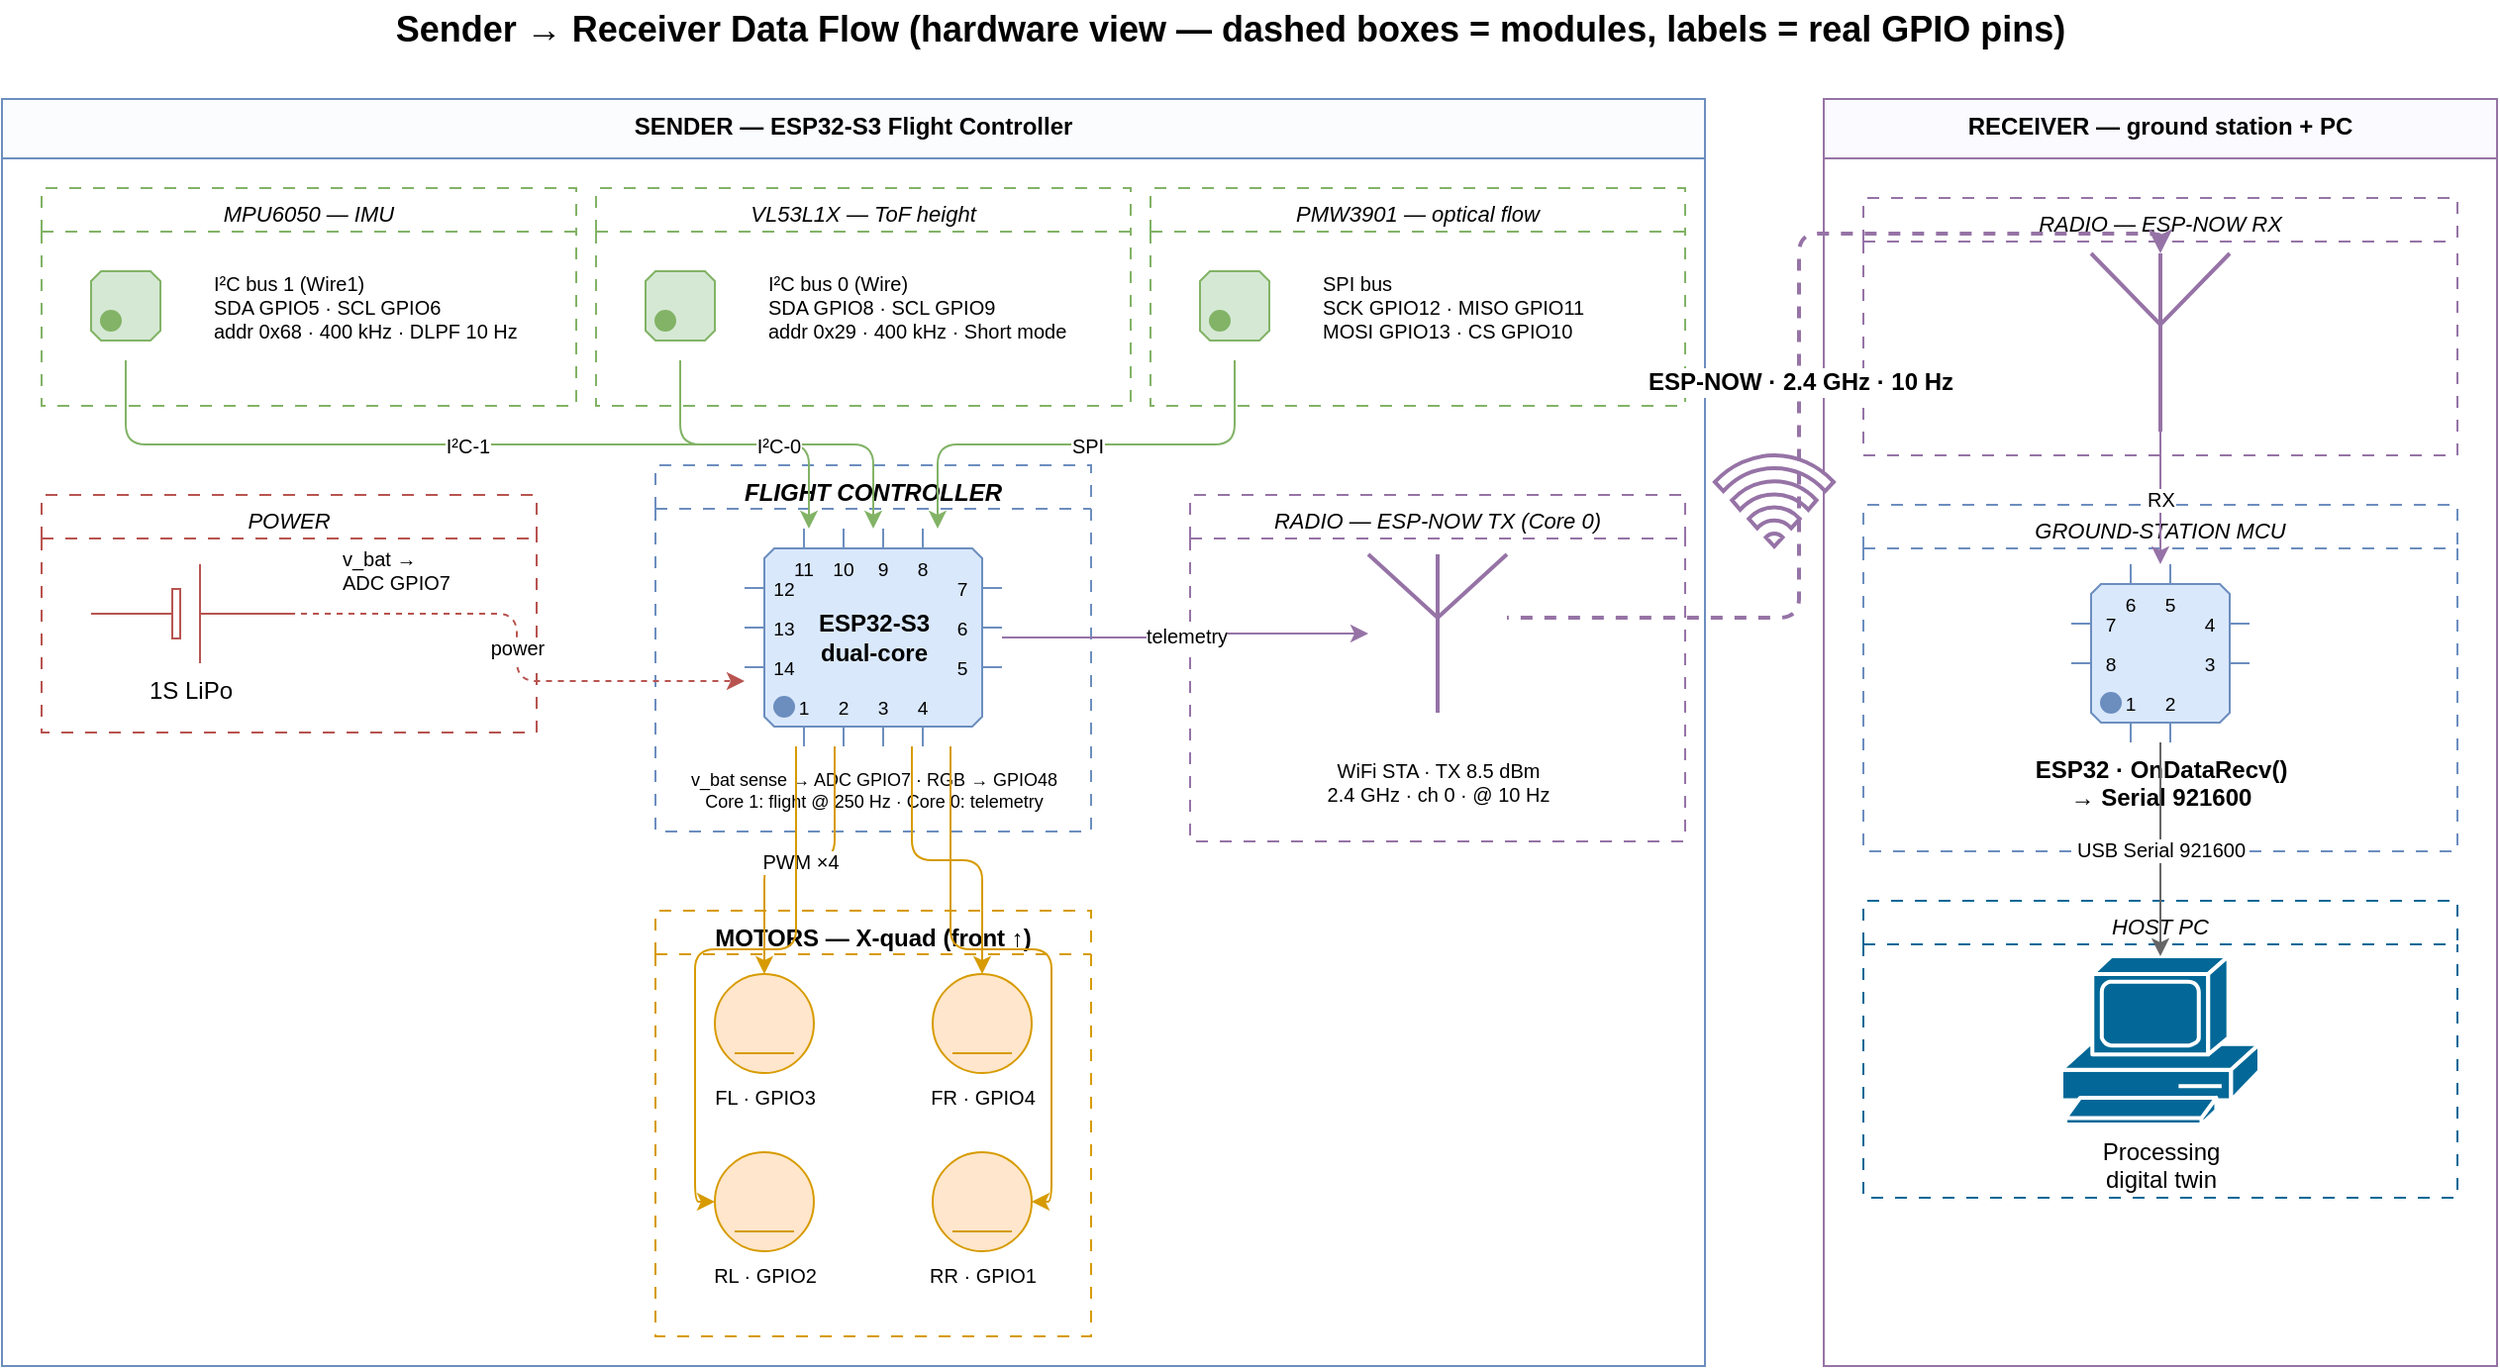
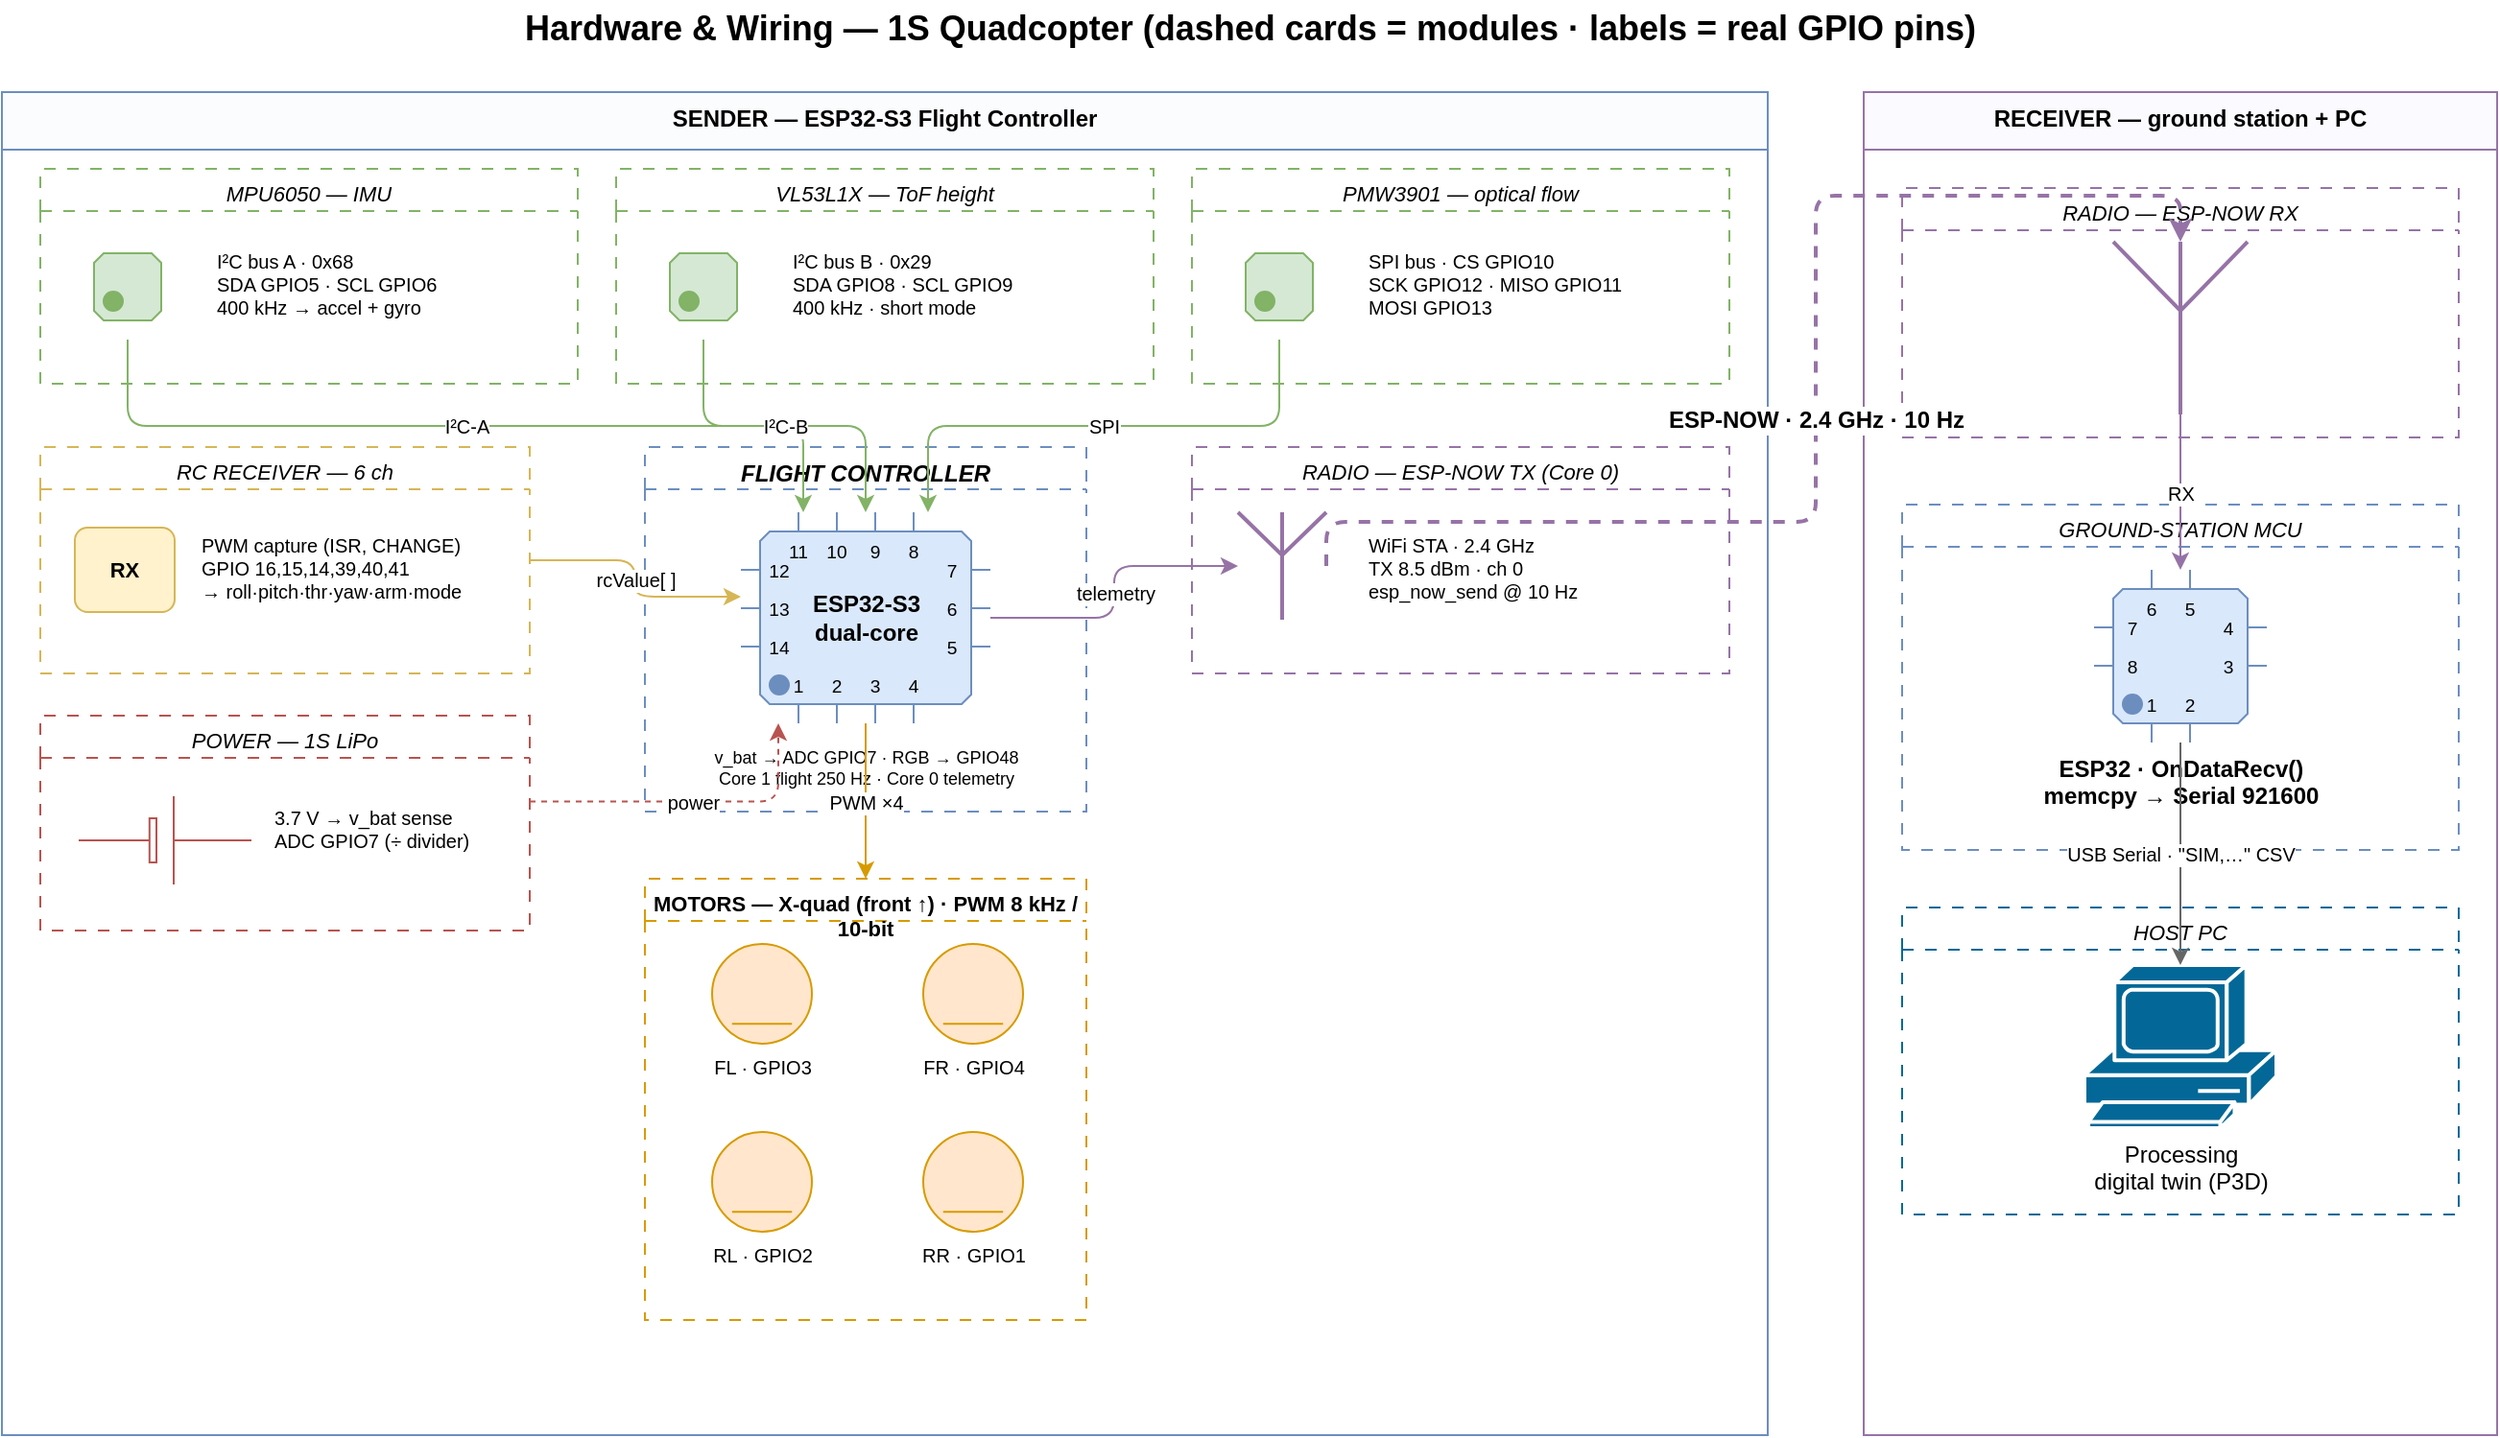
<?xml version="1.0" encoding="UTF-8"?>
<mxfile host="drawio" version="26.0.0">
-   <diagram name="Sender-Receiver-Styled">
+   <diagram name="Sender-Receiver-Hardware">
    <mxGraphModel dx="1400" dy="820" grid="1" gridSize="10" guides="1" tooltips="1" connect="1" arrows="1" fold="1" page="1" pageScale="1" math="0" shadow="0">
      <root>
        <mxCell id="0" />
        <mxCell id="1" parent="0" />

-         <mxCell id="ttl" value="Sender &#8594; Receiver Data Flow (hardware view — dashed boxes = modules, labels = real GPIO pins)" style="text;html=1;align=center;verticalAlign=middle;fontStyle=1;fontSize=18;" vertex="1" parent="1">
-           <mxGeometry x="40" y="20" width="1240" height="30" as="geometry" />
+         <mxCell id="ttl" value="Hardware &amp; Wiring — 1S Quadcopter (dashed cards = modules · labels = real GPIO pins)" style="text;html=1;align=center;verticalAlign=middle;fontStyle=1;fontSize=18;" vertex="1" parent="1">
+           <mxGeometry x="40" y="18" width="1300" height="30" as="geometry" />
        </mxCell>

        <!-- ===================== SENDER ===================== -->
        <mxCell id="sBox" value="SENDER — ESP32-S3 Flight Controller" style="swimlane;startSize=30;html=1;whiteSpace=wrap;fillColor=#fbfcfe;strokeColor=#6c8ebf;fontStyle=1;verticalAlign=top;" vertex="1" parent="1">
-           <mxGeometry x="40" y="70" width="860" height="640" as="geometry" />
+           <mxGeometry x="40" y="66" width="920" height="700" as="geometry" />
        </mxCell>

-         <!-- sensor module cards (top row) -->
+         <!-- sensor cards (top row) -->
        <mxCell id="cardIMU" value="MPU6050 — IMU" style="swimlane;startSize=22;html=1;whiteSpace=wrap;fillColor=none;strokeColor=#82b366;dashed=1;dashPattern=6 6;fontSize=11;fontStyle=2;verticalAlign=top;align=center;" vertex="1" parent="sBox">
-           <mxGeometry x="20" y="45" width="270" height="110" as="geometry" />
+           <mxGeometry x="20" y="40" width="280" height="112" as="geometry" />
        </mxCell>
        <mxCell id="sMpu" value="" style="shadow=0;dashed=0;align=center;html=1;strokeWidth=1;shape=mxgraph.electrical.logic_gates.qfp_ic;fillColor=#d5e8d4;strokeColor=#82b366;" vertex="1" parent="cardIMU">
-           <mxGeometry x="15" y="32" width="55" height="55" as="geometry" />
+           <mxGeometry x="18" y="34" width="55" height="55" as="geometry" />
        </mxCell>
-         <mxCell id="pinIMU" value="I&#178;C bus 1 (Wire1)&#xa;SDA GPIO5 &#183; SCL GPIO6&#xa;addr 0x68 &#183; 400 kHz &#183; DLPF 10 Hz" style="text;html=1;align=left;verticalAlign=middle;fontSize=10;" vertex="1" parent="cardIMU">
-           <mxGeometry x="85" y="30" width="180" height="60" as="geometry" />
+         <mxCell id="pinIMU" value="I²C bus A · 0x68&#xa;SDA GPIO5 · SCL GPIO6&#xa;400 kHz → accel + gyro" style="text;html=1;align=left;verticalAlign=middle;fontSize=10;" vertex="1" parent="cardIMU">
+           <mxGeometry x="90" y="30" width="185" height="60" as="geometry" />
        </mxCell>

        <mxCell id="cardToF" value="VL53L1X — ToF height" style="swimlane;startSize=22;html=1;whiteSpace=wrap;fillColor=none;strokeColor=#82b366;dashed=1;dashPattern=6 6;fontSize=11;fontStyle=2;verticalAlign=top;align=center;" vertex="1" parent="sBox">
-           <mxGeometry x="300" y="45" width="270" height="110" as="geometry" />
+           <mxGeometry x="320" y="40" width="280" height="112" as="geometry" />
        </mxCell>
        <mxCell id="sVl" value="" style="shadow=0;dashed=0;align=center;html=1;strokeWidth=1;shape=mxgraph.electrical.logic_gates.qfp_ic;fillColor=#d5e8d4;strokeColor=#82b366;" vertex="1" parent="cardToF">
-           <mxGeometry x="15" y="32" width="55" height="55" as="geometry" />
+           <mxGeometry x="18" y="34" width="55" height="55" as="geometry" />
        </mxCell>
-         <mxCell id="pinToF" value="I&#178;C bus 0 (Wire)&#xa;SDA GPIO8 &#183; SCL GPIO9&#xa;addr 0x29 &#183; 400 kHz &#183; Short mode" style="text;html=1;align=left;verticalAlign=middle;fontSize=10;" vertex="1" parent="cardToF">
-           <mxGeometry x="85" y="30" width="180" height="60" as="geometry" />
+         <mxCell id="pinToF" value="I²C bus B · 0x29&#xa;SDA GPIO8 · SCL GPIO9&#xa;400 kHz · short mode" style="text;html=1;align=left;verticalAlign=middle;fontSize=10;" vertex="1" parent="cardToF">
+           <mxGeometry x="90" y="30" width="185" height="60" as="geometry" />
        </mxCell>

        <mxCell id="cardFlow" value="PMW3901 — optical flow" style="swimlane;startSize=22;html=1;whiteSpace=wrap;fillColor=none;strokeColor=#82b366;dashed=1;dashPattern=6 6;fontSize=11;fontStyle=2;verticalAlign=top;align=center;" vertex="1" parent="sBox">
-           <mxGeometry x="580" y="45" width="270" height="110" as="geometry" />
+           <mxGeometry x="620" y="40" width="280" height="112" as="geometry" />
        </mxCell>
        <mxCell id="sPmw" value="" style="shadow=0;dashed=0;align=center;html=1;strokeWidth=1;shape=mxgraph.electrical.logic_gates.qfp_ic;fillColor=#d5e8d4;strokeColor=#82b366;" vertex="1" parent="cardFlow">
-           <mxGeometry x="15" y="32" width="55" height="55" as="geometry" />
+           <mxGeometry x="18" y="34" width="55" height="55" as="geometry" />
        </mxCell>
-         <mxCell id="pinFlow" value="SPI bus&#xa;SCK GPIO12 &#183; MISO GPIO11&#xa;MOSI GPIO13 &#183; CS GPIO10" style="text;html=1;align=left;verticalAlign=middle;fontSize=10;" vertex="1" parent="cardFlow">
-           <mxGeometry x="85" y="30" width="180" height="60" as="geometry" />
+         <mxCell id="pinFlow" value="SPI bus · CS GPIO10&#xa;SCK GPIO12 · MISO GPIO11&#xa;MOSI GPIO13" style="text;html=1;align=left;verticalAlign=middle;fontSize=10;" vertex="1" parent="cardFlow">
+           <mxGeometry x="90" y="30" width="185" height="60" as="geometry" />
        </mxCell>

-         <!-- flight controller card (center) -->
+         <!-- RC receiver (left, NEW) -->
+         <mxCell id="cardRC" value="RC RECEIVER — 6 ch" style="swimlane;startSize=22;html=1;whiteSpace=wrap;fillColor=none;strokeColor=#d6b656;dashed=1;dashPattern=6 6;fontSize=11;fontStyle=2;verticalAlign=top;align=center;" vertex="1" parent="sBox">
+           <mxGeometry x="20" y="185" width="255" height="118" as="geometry" />
+         </mxCell>
+         <mxCell id="sRc" value="RX" style="rounded=1;whiteSpace=wrap;html=1;fillColor=#fff2cc;strokeColor=#d6b656;fontSize=11;fontStyle=1;" vertex="1" parent="cardRC">
+           <mxGeometry x="18" y="42" width="52" height="44" as="geometry" />
+         </mxCell>
+         <mxCell id="pinRC" value="PWM capture (ISR, CHANGE)&#xa;GPIO 16,15,14,39,40,41&#xa;→ roll·pitch·thr·yaw·arm·mode" style="text;html=1;align=left;verticalAlign=middle;fontSize=10;" vertex="1" parent="cardRC">
+           <mxGeometry x="82" y="32" width="168" height="62" as="geometry" />
+         </mxCell>
+ 
+         <!-- flight controller (center) -->
        <mxCell id="cardFC" value="FLIGHT CONTROLLER" style="swimlane;startSize=22;html=1;whiteSpace=wrap;fillColor=none;strokeColor=#6c8ebf;dashed=1;dashPattern=6 6;fontSize=12;fontStyle=3;verticalAlign=top;align=center;" vertex="1" parent="sBox">
-           <mxGeometry x="330" y="185" width="220" height="185" as="geometry" />
+           <mxGeometry x="335" y="185" width="230" height="190" as="geometry" />
        </mxCell>
        <mxCell id="sMcu" value="ESP32-S3&#xa;dual-core" style="shadow=0;dashed=0;align=center;html=1;strokeWidth=1;shape=mxgraph.electrical.logic_gates.qfp_ic;fillColor=#dae8fc;strokeColor=#6c8ebf;fontStyle=1;" vertex="1" parent="cardFC">
-           <mxGeometry x="45" y="32" width="130" height="110" as="geometry" />
+           <mxGeometry x="50" y="34" width="130" height="110" as="geometry" />
        </mxCell>
-         <mxCell id="pinFC" value="v_bat sense &#8594; ADC GPIO7 &#183; RGB &#8594; GPIO48&#xa;Core 1: flight @ 250 Hz &#183; Core 0: telemetry" style="text;html=1;align=center;verticalAlign=middle;fontSize=9;" vertex="1" parent="cardFC">
-           <mxGeometry x="10" y="148" width="200" height="32" as="geometry" />
+         <mxCell id="pinFC" value="v_bat → ADC GPIO7 · RGB → GPIO48&#xa;Core 1 flight 250 Hz · Core 0 telemetry" style="text;html=1;align=center;verticalAlign=middle;fontSize=9;" vertex="1" parent="cardFC">
+           <mxGeometry x="10" y="150" width="210" height="34" as="geometry" />
        </mxCell>

-         <!-- power card (left) -->
-         <mxCell id="cardPwr" value="POWER" style="swimlane;startSize=22;html=1;whiteSpace=wrap;fillColor=none;strokeColor=#b85450;dashed=1;dashPattern=6 6;fontSize=11;fontStyle=2;verticalAlign=top;align=center;" vertex="1" parent="sBox">
-           <mxGeometry x="20" y="200" width="250" height="120" as="geometry" />
+         <!-- power (left-bottom) -->
+         <mxCell id="cardPwr" value="POWER — 1S LiPo" style="swimlane;startSize=22;html=1;whiteSpace=wrap;fillColor=none;strokeColor=#b85450;dashed=1;dashPattern=6 6;fontSize=11;fontStyle=2;verticalAlign=top;align=center;" vertex="1" parent="sBox">
+           <mxGeometry x="20" y="325" width="255" height="112" as="geometry" />
        </mxCell>
-         <mxCell id="sBat" value="1S LiPo" style="verticalLabelPosition=bottom;shadow=0;dashed=0;align=center;html=1;verticalAlign=top;strokeWidth=1;shape=mxgraph.electrical.miscellaneous.monocell_battery;strokeColor=#b85450;" vertex="1" parent="cardPwr">
-           <mxGeometry x="25" y="35" width="100" height="50" as="geometry" />
+         <mxCell id="sBat" value="" style="verticalLabelPosition=bottom;shadow=0;dashed=0;align=center;html=1;verticalAlign=top;strokeWidth=1;shape=mxgraph.electrical.miscellaneous.monocell_battery;strokeColor=#b85450;" vertex="1" parent="cardPwr">
+           <mxGeometry x="20" y="42" width="90" height="46" as="geometry" />
        </mxCell>
-         <mxCell id="pinPwr" value="v_bat &#8594;&#xa;ADC GPIO7" style="text;html=1;align=left;verticalAlign=middle;fontSize=10;" vertex="1" parent="cardPwr">
-           <mxGeometry x="150" y="18" width="90" height="40" as="geometry" />
+         <mxCell id="pinPwr" value="3.7 V → v_bat sense&#xa;ADC GPIO7 (÷ divider)" style="text;html=1;align=left;verticalAlign=middle;fontSize=10;" vertex="1" parent="cardPwr">
+           <mxGeometry x="120" y="34" width="130" height="50" as="geometry" />
        </mxCell>

-         <!-- radio card (right) -->
+         <!-- radio TX (right) -->
        <mxCell id="cardRadioTx" value="RADIO — ESP-NOW TX (Core 0)" style="swimlane;startSize=22;html=1;whiteSpace=wrap;fillColor=none;strokeColor=#9673a6;dashed=1;dashPattern=6 6;fontSize=11;fontStyle=2;verticalAlign=top;align=center;" vertex="1" parent="sBox">
-           <mxGeometry x="600" y="200" width="250" height="175" as="geometry" />
+           <mxGeometry x="620" y="185" width="280" height="118" as="geometry" />
        </mxCell>
        <mxCell id="sAnt" value="" style="verticalLabelPosition=bottom;shadow=0;dashed=0;align=center;html=1;verticalAlign=top;shape=mxgraph.electrical.radio.aerial_-_antenna_1;strokeColor=#9673a6;strokeWidth=2;" vertex="1" parent="cardRadioTx">
-           <mxGeometry x="90" y="30" width="70" height="80" as="geometry" />
+           <mxGeometry x="24" y="34" width="46" height="56" as="geometry" />
        </mxCell>
-         <mxCell id="pinTx" value="WiFi STA &#183; TX 8.5 dBm&#xa;2.4 GHz &#183; ch 0 &#183; @ 10 Hz" style="text;html=1;align=center;verticalAlign=middle;fontSize=10;" vertex="1" parent="cardRadioTx">
-           <mxGeometry x="15" y="125" width="220" height="40" as="geometry" />
+         <mxCell id="pinTx" value="WiFi STA · 2.4 GHz&#xa;TX 8.5 dBm · ch 0&#xa;esp_now_send @ 10 Hz" style="text;html=1;align=left;verticalAlign=middle;fontSize=10;" vertex="1" parent="cardRadioTx">
+           <mxGeometry x="90" y="32" width="180" height="62" as="geometry" />
        </mxCell>

-         <!-- motors card (2x2 quad, below FC) -->
-         <mxCell id="cardMotors" value="MOTORS — X-quad (front &#8593;)" style="swimlane;startSize=22;html=1;whiteSpace=wrap;fillColor=none;strokeColor=#d79b00;dashed=1;dashPattern=6 6;fontSize=12;fontStyle=1;verticalAlign=top;align=center;" vertex="1" parent="sBox">
-           <mxGeometry x="330" y="410" width="220" height="215" as="geometry" />
+         <!-- motors (center bottom) -->
+         <mxCell id="cardMotors" value="MOTORS — X-quad (front ↑) · PWM 8 kHz / 10-bit" style="swimlane;startSize=22;html=1;whiteSpace=wrap;fillColor=none;strokeColor=#d79b00;dashed=1;dashPattern=6 6;fontSize=11;fontStyle=1;verticalAlign=top;align=center;" vertex="1" parent="sBox">
+           <mxGeometry x="335" y="410" width="230" height="230" as="geometry" />
        </mxCell>
-         <mxCell id="mFL" value="FL &#183; GPIO3" style="dashed=0;outlineConnect=0;align=center;html=1;shape=mxgraph.pid.engines.electric_motor_(dc);verticalLabelPosition=bottom;verticalAlign=top;strokeColor=#d79b00;fillColor=#ffe6cc;fontSize=10;" vertex="1" parent="cardMotors">
-           <mxGeometry x="30" y="32" width="50" height="50" as="geometry" />
+         <mxCell id="mFL" value="FL · GPIO3" style="dashed=0;outlineConnect=0;align=center;html=1;shape=mxgraph.pid.engines.electric_motor_(dc);verticalLabelPosition=bottom;verticalAlign=top;strokeColor=#d79b00;fillColor=#ffe6cc;fontSize=10;" vertex="1" parent="cardMotors">
+           <mxGeometry x="35" y="34" width="52" height="52" as="geometry" />
        </mxCell>
-         <mxCell id="mFR" value="FR &#183; GPIO4" style="dashed=0;outlineConnect=0;align=center;html=1;shape=mxgraph.pid.engines.electric_motor_(dc);verticalLabelPosition=bottom;verticalAlign=top;strokeColor=#d79b00;fillColor=#ffe6cc;fontSize=10;" vertex="1" parent="cardMotors">
-           <mxGeometry x="140" y="32" width="50" height="50" as="geometry" />
+         <mxCell id="mFR" value="FR · GPIO4" style="dashed=0;outlineConnect=0;align=center;html=1;shape=mxgraph.pid.engines.electric_motor_(dc);verticalLabelPosition=bottom;verticalAlign=top;strokeColor=#d79b00;fillColor=#ffe6cc;fontSize=10;" vertex="1" parent="cardMotors">
+           <mxGeometry x="145" y="34" width="52" height="52" as="geometry" />
        </mxCell>
-         <mxCell id="mRL" value="RL &#183; GPIO2" style="dashed=0;outlineConnect=0;align=center;html=1;shape=mxgraph.pid.engines.electric_motor_(dc);verticalLabelPosition=bottom;verticalAlign=top;strokeColor=#d79b00;fillColor=#ffe6cc;fontSize=10;" vertex="1" parent="cardMotors">
-           <mxGeometry x="30" y="122" width="50" height="50" as="geometry" />
+         <mxCell id="mRL" value="RL · GPIO2" style="dashed=0;outlineConnect=0;align=center;html=1;shape=mxgraph.pid.engines.electric_motor_(dc);verticalLabelPosition=bottom;verticalAlign=top;strokeColor=#d79b00;fillColor=#ffe6cc;fontSize=10;" vertex="1" parent="cardMotors">
+           <mxGeometry x="35" y="132" width="52" height="52" as="geometry" />
        </mxCell>
-         <mxCell id="mRR" value="RR &#183; GPIO1" style="dashed=0;outlineConnect=0;align=center;html=1;shape=mxgraph.pid.engines.electric_motor_(dc);verticalLabelPosition=bottom;verticalAlign=top;strokeColor=#d79b00;fillColor=#ffe6cc;fontSize=10;" vertex="1" parent="cardMotors">
-           <mxGeometry x="140" y="122" width="50" height="50" as="geometry" />
+         <mxCell id="mRR" value="RR · GPIO1" style="dashed=0;outlineConnect=0;align=center;html=1;shape=mxgraph.pid.engines.electric_motor_(dc);verticalLabelPosition=bottom;verticalAlign=top;strokeColor=#d79b00;fillColor=#ffe6cc;fontSize=10;" vertex="1" parent="cardMotors">
+           <mxGeometry x="145" y="132" width="52" height="52" as="geometry" />
        </mxCell>

-         <!-- sensor -> MCU edges -->
-         <mxCell id="e_mpu" value="I&#178;C-1" style="edgeStyle=orthogonalEdgeStyle;rounded=1;html=1;fontSize=10;labelBackgroundColor=#ffffff;strokeColor=#82b366;exitX=0.5;exitY=1;exitDx=0;exitDy=0;entryX=0.25;entryY=0;entryDx=0;entryDy=0;" edge="1" parent="sBox" source="sMpu" target="sMcu"><mxGeometry relative="1" as="geometry" /></mxCell>
-         <mxCell id="e_vl" value="I&#178;C-0" style="edgeStyle=orthogonalEdgeStyle;rounded=1;html=1;fontSize=10;labelBackgroundColor=#ffffff;strokeColor=#82b366;exitX=0.5;exitY=1;exitDx=0;exitDy=0;entryX=0.5;entryY=0;entryDx=0;entryDy=0;" edge="1" parent="sBox" source="sVl" target="sMcu"><mxGeometry relative="1" as="geometry" /></mxCell>
-         <mxCell id="e_pmw" value="SPI" style="edgeStyle=orthogonalEdgeStyle;rounded=1;html=1;fontSize=10;labelBackgroundColor=#ffffff;strokeColor=#82b366;exitX=0.5;exitY=1;exitDx=0;exitDy=0;entryX=0.75;entryY=0;entryDx=0;entryDy=0;" edge="1" parent="sBox" source="sPmw" target="sMcu"><mxGeometry relative="1" as="geometry" /></mxCell>
- 
-         <!-- power -> MCU -->
-         <mxCell id="e_bat" value="power" style="edgeStyle=orthogonalEdgeStyle;rounded=1;html=1;fontSize=10;labelBackgroundColor=#ffffff;dashed=1;strokeColor=#b85450;exitX=1;exitY=0.5;exitDx=0;exitDy=0;entryX=0;entryY=0.7;entryDx=0;entryDy=0;" edge="1" parent="sBox" source="sBat" target="sMcu"><mxGeometry relative="1" as="geometry" /></mxCell>
- 
-         <!-- MCU -> radio -->
-         <mxCell id="e_ant" value="telemetry" style="edgeStyle=orthogonalEdgeStyle;rounded=1;html=1;fontSize=10;labelBackgroundColor=#ffffff;strokeColor=#9673a6;exitX=1;exitY=0.5;exitDx=0;exitDy=0;entryX=0;entryY=0.5;entryDx=0;entryDy=0;" edge="1" parent="sBox" source="sMcu" target="sAnt"><mxGeometry relative="1" as="geometry" /></mxCell>
- 
-         <!-- MCU -> motors (PWM) -->
-         <mxCell id="e_m1" value="PWM &#215;4" style="edgeStyle=orthogonalEdgeStyle;rounded=1;html=1;fontSize=10;labelBackgroundColor=#ffffff;strokeColor=#d79b00;exitX=0.35;exitY=1;exitDx=0;exitDy=0;entryX=0.5;entryY=0;entryDx=0;entryDy=0;" edge="1" parent="sBox" source="sMcu" target="mFL"><mxGeometry relative="1" as="geometry" /></mxCell>
-         <mxCell id="e_m2" style="edgeStyle=orthogonalEdgeStyle;rounded=1;html=1;strokeColor=#d79b00;exitX=0.65;exitY=1;exitDx=0;exitDy=0;entryX=0.5;entryY=0;entryDx=0;entryDy=0;" edge="1" parent="sBox" source="sMcu" target="mFR"><mxGeometry relative="1" as="geometry" /></mxCell>
-         <mxCell id="e_m3" style="edgeStyle=orthogonalEdgeStyle;rounded=1;html=1;strokeColor=#d79b00;exitX=0.2;exitY=1;exitDx=0;exitDy=0;entryX=0;entryY=0.5;entryDx=0;entryDy=0;" edge="1" parent="sBox" source="sMcu" target="mRL"><mxGeometry relative="1" as="geometry" /></mxCell>
-         <mxCell id="e_m4" style="edgeStyle=orthogonalEdgeStyle;rounded=1;html=1;strokeColor=#d79b00;exitX=0.8;exitY=1;exitDx=0;exitDy=0;entryX=1;entryY=0.5;entryDx=0;entryDy=0;" edge="1" parent="sBox" source="sMcu" target="mRR"><mxGeometry relative="1" as="geometry" /></mxCell>
+         <!-- edges -->
+         <mxCell id="e_mpu" value="I²C-A" style="edgeStyle=orthogonalEdgeStyle;rounded=1;html=1;fontSize=10;labelBackgroundColor=#ffffff;strokeColor=#82b366;exitX=0.5;exitY=1;entryX=0.25;entryY=0;" edge="1" parent="sBox" source="sMpu" target="sMcu"><mxGeometry relative="1" as="geometry" /></mxCell>
+         <mxCell id="e_vl" value="I²C-B" style="edgeStyle=orthogonalEdgeStyle;rounded=1;html=1;fontSize=10;labelBackgroundColor=#ffffff;strokeColor=#82b366;exitX=0.5;exitY=1;entryX=0.5;entryY=0;" edge="1" parent="sBox" source="sVl" target="sMcu"><mxGeometry relative="1" as="geometry" /></mxCell>
+         <mxCell id="e_pmw" value="SPI" style="edgeStyle=orthogonalEdgeStyle;rounded=1;html=1;fontSize=10;labelBackgroundColor=#ffffff;strokeColor=#82b366;exitX=0.5;exitY=1;entryX=0.75;entryY=0;" edge="1" parent="sBox" source="sPmw" target="sMcu"><mxGeometry relative="1" as="geometry" /></mxCell>
+         <mxCell id="e_rc" value="rcValue[ ]" style="edgeStyle=orthogonalEdgeStyle;rounded=1;html=1;fontSize=10;labelBackgroundColor=#ffffff;strokeColor=#d6b656;exitX=1;exitY=0.5;entryX=0;entryY=0.4;" edge="1" parent="sBox" source="cardRC" target="sMcu"><mxGeometry relative="1" as="geometry" /></mxCell>
+         <mxCell id="e_bat" value="power" style="edgeStyle=orthogonalEdgeStyle;rounded=1;html=1;fontSize=10;labelBackgroundColor=#ffffff;dashed=1;strokeColor=#b85450;exitX=1;exitY=0.4;entryX=0.15;entryY=1;" edge="1" parent="sBox" source="cardPwr" target="sMcu"><mxGeometry relative="1" as="geometry" /></mxCell>
+         <mxCell id="e_ant" value="telemetry" style="edgeStyle=orthogonalEdgeStyle;rounded=1;html=1;fontSize=10;labelBackgroundColor=#ffffff;strokeColor=#9673a6;exitX=1;exitY=0.5;entryX=0;entryY=0.5;" edge="1" parent="sBox" source="sMcu" target="sAnt"><mxGeometry relative="1" as="geometry" /></mxCell>
+         <mxCell id="e_m1" value="PWM ×4" style="edgeStyle=orthogonalEdgeStyle;rounded=1;html=1;fontSize=10;labelBackgroundColor=#ffffff;strokeColor=#d79b00;exitX=0.5;exitY=1;entryX=0.5;entryY=0;" edge="1" parent="sBox" source="sMcu" target="cardMotors"><mxGeometry relative="1" as="geometry" /></mxCell>

        <!-- ===================== RECEIVER ===================== -->
        <mxCell id="rBox" value="RECEIVER — ground station + PC" style="swimlane;startSize=30;html=1;whiteSpace=wrap;fillColor=#fbfaff;strokeColor=#9673a6;fontStyle=1;verticalAlign=top;" vertex="1" parent="1">
-           <mxGeometry x="960" y="70" width="340" height="640" as="geometry" />
+           <mxGeometry x="1010" y="66" width="330" height="700" as="geometry" />
        </mxCell>
- 
        <mxCell id="cardRxRadio" value="RADIO — ESP-NOW RX" style="swimlane;startSize=22;html=1;whiteSpace=wrap;fillColor=none;strokeColor=#9673a6;dashed=1;dashPattern=6 6;fontSize=11;fontStyle=2;verticalAlign=top;align=center;" vertex="1" parent="rBox">
-           <mxGeometry x="20" y="50" width="300" height="130" as="geometry" />
+           <mxGeometry x="20" y="50" width="290" height="130" as="geometry" />
        </mxCell>
        <mxCell id="rAnt" value="" style="verticalLabelPosition=bottom;shadow=0;dashed=0;align=center;html=1;verticalAlign=top;shape=mxgraph.electrical.radio.aerial_-_antenna_1;strokeColor=#9673a6;strokeWidth=2;" vertex="1" parent="cardRxRadio">
-           <mxGeometry x="115" y="28" width="70" height="90" as="geometry" />
+           <mxGeometry x="110" y="28" width="70" height="90" as="geometry" />
        </mxCell>
+         <mxCell id="cardRxMcu" value="GROUND-STATION MCU" style="swimlane;startSize=22;html=1;whiteSpace=wrap;fillColor=none;strokeColor=#6c8ebf;dashed=1;dashPattern=6 6;fontSize=11;fontStyle=2;verticalAlign=top;align=center;" vertex="1" parent="rBox">
+           <mxGeometry x="20" y="215" width="290" height="180" as="geometry" />
+         </mxCell>
+         <mxCell id="rMcu" value="ESP32 · OnDataRecv()&#xa;memcpy → Serial 921600" style="shadow=0;dashed=0;align=center;html=1;strokeWidth=1;shape=mxgraph.electrical.logic_gates.qfp_ic;fillColor=#dae8fc;strokeColor=#6c8ebf;fontStyle=1;verticalLabelPosition=bottom;verticalAlign=top;" vertex="1" parent="cardRxMcu">
+           <mxGeometry x="100" y="34" width="90" height="90" as="geometry" />
+         </mxCell>
+         <mxCell id="cardPc" value="HOST PC" style="swimlane;startSize=22;html=1;whiteSpace=wrap;fillColor=none;strokeColor=#036897;dashed=1;dashPattern=6 6;fontSize=11;fontStyle=2;verticalAlign=top;align=center;" vertex="1" parent="rBox">
+           <mxGeometry x="20" y="425" width="290" height="160" as="geometry" />
+         </mxCell>
+         <mxCell id="rPc" value="Processing&#xa;digital twin (P3D)" style="sketch=0;html=1;pointerEvents=1;dashed=0;fillColor=#036897;strokeColor=#ffffff;strokeWidth=2;verticalLabelPosition=bottom;verticalAlign=top;align=center;outlineConnect=0;shape=mxgraph.cisco.computers_and_peripherals.pc;" vertex="1" parent="cardPc">
+           <mxGeometry x="95" y="30" width="100" height="85" as="geometry" />
+         </mxCell>
+         <mxCell id="e_rx" value="RX" style="edgeStyle=orthogonalEdgeStyle;rounded=1;html=1;fontSize=10;labelBackgroundColor=#ffffff;strokeColor=#9673a6;exitX=0.5;exitY=1;entryX=0.5;entryY=0;" edge="1" parent="rBox" source="rAnt" target="rMcu"><mxGeometry relative="1" as="geometry" /></mxCell>
+         <mxCell id="e_usb" value="USB Serial · &quot;SIM,…&quot; CSV" style="edgeStyle=orthogonalEdgeStyle;rounded=1;html=1;fontSize=10;labelBackgroundColor=#ffffff;strokeColor=#666666;exitX=0.5;exitY=1;entryX=0.5;entryY=0;" edge="1" parent="rBox" source="rMcu" target="rPc"><mxGeometry relative="1" as="geometry" /></mxCell>

-         <mxCell id="cardRxMcu" value="GROUND-STATION MCU" style="swimlane;startSize=22;html=1;whiteSpace=wrap;fillColor=none;strokeColor=#6c8ebf;dashed=1;dashPattern=6 6;fontSize=11;fontStyle=2;verticalAlign=top;align=center;" vertex="1" parent="rBox">
-           <mxGeometry x="20" y="205" width="300" height="175" as="geometry" />
-         </mxCell>
-         <mxCell id="rMcu" value="ESP32 &#183; OnDataRecv()&#xa;&#8594; Serial 921600" style="shadow=0;dashed=0;align=center;html=1;strokeWidth=1;shape=mxgraph.electrical.logic_gates.qfp_ic;fillColor=#dae8fc;strokeColor=#6c8ebf;fontStyle=1;verticalLabelPosition=bottom;verticalAlign=top;" vertex="1" parent="cardRxMcu">
-           <mxGeometry x="105" y="30" width="90" height="90" as="geometry" />
-         </mxCell>
- 
-         <mxCell id="cardPc" value="HOST PC" style="swimlane;startSize=22;html=1;whiteSpace=wrap;fillColor=none;strokeColor=#036897;dashed=1;dashPattern=6 6;fontSize=11;fontStyle=2;verticalAlign=top;align=center;" vertex="1" parent="rBox">
-           <mxGeometry x="20" y="405" width="300" height="150" as="geometry" />
-         </mxCell>
-         <mxCell id="rPc" value="Processing&#xa;digital twin" style="sketch=0;html=1;pointerEvents=1;dashed=0;fillColor=#036897;strokeColor=#ffffff;strokeWidth=2;verticalLabelPosition=bottom;verticalAlign=top;align=center;outlineConnect=0;shape=mxgraph.cisco.computers_and_peripherals.pc;" vertex="1" parent="cardPc">
-           <mxGeometry x="100" y="28" width="100" height="85" as="geometry" />
-         </mxCell>
- 
-         <mxCell id="e_rx" value="RX" style="edgeStyle=orthogonalEdgeStyle;rounded=1;html=1;fontSize=10;labelBackgroundColor=#ffffff;strokeColor=#9673a6;exitX=0.5;exitY=1;exitDx=0;exitDy=0;entryX=0.5;entryY=0;entryDx=0;entryDy=0;" edge="1" parent="rBox" source="rAnt" target="rMcu"><mxGeometry relative="1" as="geometry" /></mxCell>
-         <mxCell id="e_usb" value="USB Serial 921600" style="edgeStyle=orthogonalEdgeStyle;rounded=1;html=1;fontSize=10;labelBackgroundColor=#ffffff;strokeColor=#666666;exitX=0.5;exitY=1;exitDx=0;exitDy=0;entryX=0.5;entryY=0;entryDx=0;entryDy=0;" edge="1" parent="rBox" source="rMcu" target="rPc"><mxGeometry relative="1" as="geometry" /></mxCell>
- 
-         <!-- wifi decoration -->
-         <mxCell id="wsym" value="" style="html=1;align=center;verticalAlign=top;strokeWidth=2;strokeColor=#9673a6;shadow=0;dashed=0;shape=mxgraph.ios7.icons.wifi;" vertex="1" parent="1">
-           <mxGeometry x="905" y="250" width="60" height="46" as="geometry" />
-         </mxCell>
- 
-         <!-- wireless link: sender antenna -> receiver antenna -->
-         <mxCell id="link" value="ESP-NOW &#183; 2.4 GHz &#183; 10 Hz" style="edgeStyle=orthogonalEdgeStyle;rounded=1;html=1;flowAnimation=1;strokeColor=#9673a6;strokeWidth=2;dashed=1;fontSize=12;fontStyle=1;labelBackgroundColor=#ffffff;exitX=1;exitY=0.4;exitDx=0;exitDy=0;entryX=0.5;entryY=0;entryDx=0;entryDy=0;" edge="1" parent="1" source="sAnt" target="rAnt">
-           <mxGeometry relative="1" as="geometry" />
+         <!-- wireless link -->
+         <mxCell id="link" value="ESP-NOW · 2.4 GHz · 10 Hz" style="edgeStyle=orthogonalEdgeStyle;rounded=1;html=1;strokeColor=#9673a6;strokeWidth=2;dashed=1;fontSize=12;fontStyle=1;labelBackgroundColor=#ffffff;exitX=1;exitY=0.5;entryX=0.5;entryY=0;" edge="1" parent="1" source="sAnt" target="rAnt">
+           <mxGeometry relative="1" as="geometry"><Array as="points"><mxPoint x="985" y="290" /><mxPoint x="985" y="120" /></Array></mxGeometry>
        </mxCell>

      </root>
    </mxGraphModel>
  </diagram>
</mxfile>
